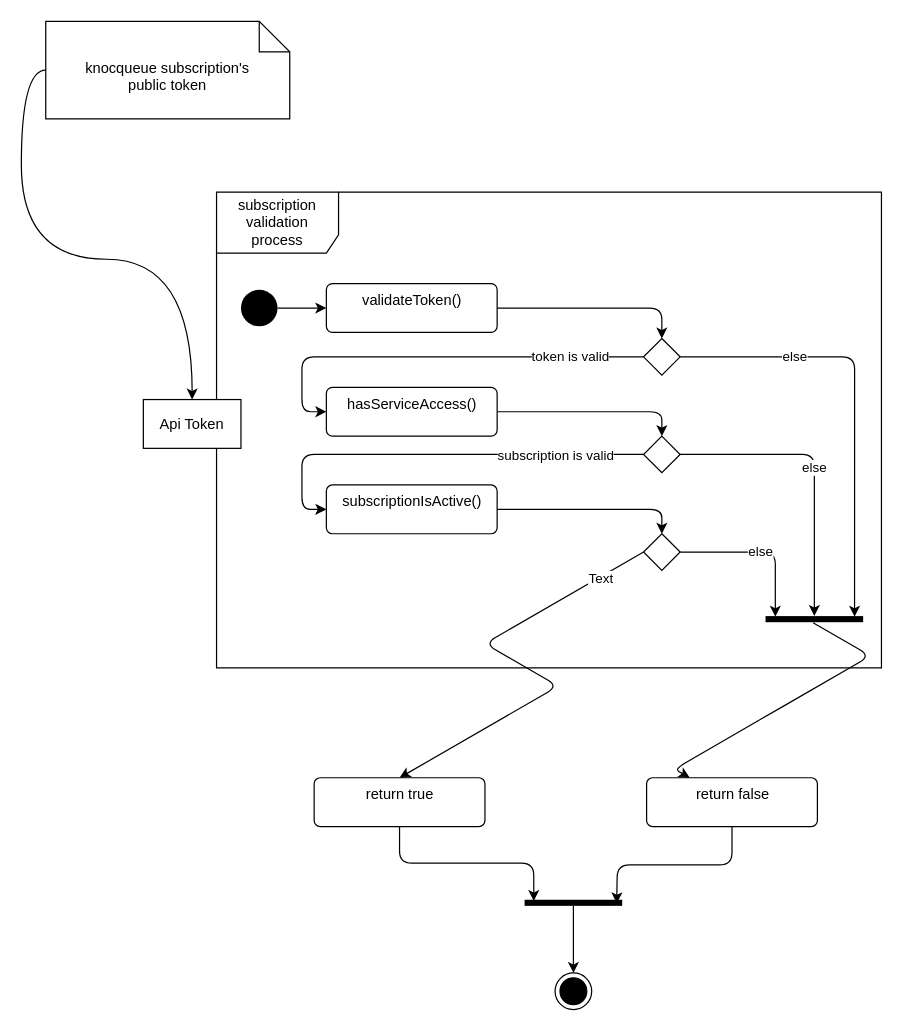
The draw.io diagram page "process: validateSubscription()" (4 of 6) of docs/main.drawio in itay-bardugo/knocqueue, before the edit. Source tidied: cells renumbered, new cells numbered last; positions are measured from the earlier drawing's top-left corner, leaving out a move shared by most shapes. Both pictures are drawn from the tidied source at 122%, with x=0, y=0 at pixel (45, 21).
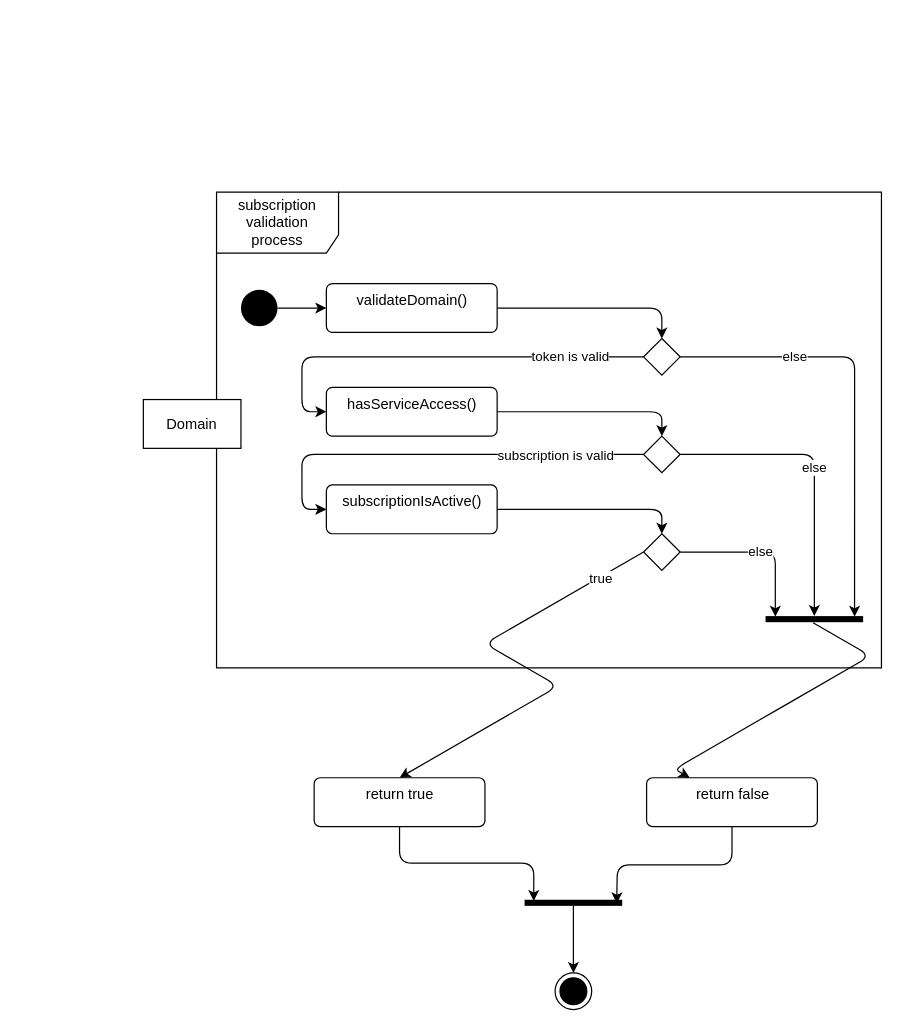
Above is the later version.

Unchanged cells that the change refers to:
```xml
<mxCell id="26" style="edgeStyle=isometricEdgeStyle;rounded=1;jettySize=auto;html=1;entryX=0.5;entryY=0;entryDx=0;entryDy=0;exitX=0;exitY=0.5;exitDx=0;exitDy=0;" parent="1" edge="1" source="28" target="32">
  <mxGeometry relative="1" as="geometry" />
</mxCell>
```

Change to the diagram source:
```diff
@@
-    <mxCell id="3" value="Api Token" style="text;align=center;verticalAlign=middle;dashed=0;fillColor=#ffffff;strokeColor=#000000;rotation=0;" parent="1" vertex="1">
+    <mxCell id="3" value="Domain" style="text;align=center;verticalAlign=middle;dashed=0;fillColor=#ffffff;strokeColor=#000000;rotation=0;" parent="1" vertex="1">
       <mxGeometry x="80" y="310" width="80" height="40" as="geometry" />
     </mxCell>
-    <mxCell id="4" style="edgeStyle=orthogonalEdgeStyle;jettySize=auto;html=1;entryX=0.5;entryY=0;entryDx=0;entryDy=0;curved=1;exitX=0;exitY=0.5;exitDx=0;exitDy=0;exitPerimeter=0;" parent="1" edge="1" source="5" target="3">
-      <mxGeometry relative="1" as="geometry" />
-    </mxCell>
-    <mxCell id="5" value="knocqueue subscription's&lt;br&gt;public token" style="shape=note2;boundedLbl=1;whiteSpace=wrap;html=1;size=25;verticalAlign=top;align=center;" parent="1" vertex="1">
-      <mxGeometry width="200" height="80" as="geometry" />
-    </mxCell>
@@
-    <mxCell id="9" value="validateToken()" style="html=1;align=center;verticalAlign=top;rounded=1;absoluteArcSize=1;arcSize=10;dashed=0;" parent="1" vertex="1">
+    <mxCell id="9" value="validateDomain()" style="html=1;align=center;verticalAlign=top;rounded=1;absoluteArcSize=1;arcSize=10;dashed=0;" parent="1" vertex="1">
       <mxGeometry x="230" y="215" width="140" height="40" as="geometry" />
     </mxCell>
@@
-    <mxCell id="27" value="Text" style="edgeLabel;html=1;align=center;verticalAlign=middle;" parent="26" vertex="1">
+    <mxCell id="27" value="true" style="edgeLabel;html=1;align=center;verticalAlign=middle;" parent="26" vertex="1">
       <mxGeometry x="-0.78" y="1" relative="1" as="geometry" />
     </mxCell>
```
